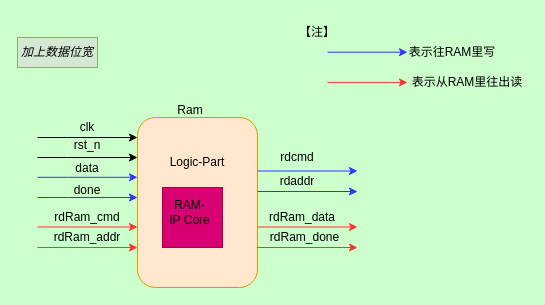
The draw.io diagram ram架构.drawio in skxsvc/FPGA, before the edit. Source tidied: cells renumbered, new cells numbered last; positions are measured from the earlier drawing's top-left corner, leaving out a move shared by most shapes. Both pictures are drawn from the tidied source at 100%, with x=0, y=0 at pixel (17, 17).
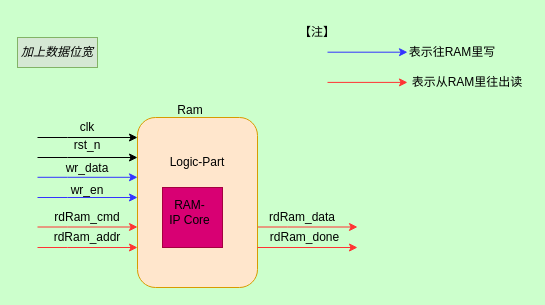
The same page after the edit.

Change to the diagram source:
```diff
@@
-    <mxCell id="9" value="data" style="text;html=1;strokeColor=none;fillColor=none;align=center;verticalAlign=middle;whiteSpace=wrap;rounded=0;" parent="1" vertex="1">
+    <mxCell id="9" value="wr_data" style="text;html=1;strokeColor=none;fillColor=none;align=center;verticalAlign=middle;whiteSpace=wrap;rounded=0;" parent="1" vertex="1">
       <mxGeometry x="40" y="128" width="60" height="45" as="geometry" />
     </mxCell>
-    <mxCell id="10" value="done" style="text;html=1;strokeColor=none;fillColor=none;align=center;verticalAlign=middle;whiteSpace=wrap;rounded=0;" parent="1" vertex="1">
+    <mxCell id="10" value="wr_en" style="text;html=1;strokeColor=none;fillColor=none;align=center;verticalAlign=middle;whiteSpace=wrap;rounded=0;" parent="1" vertex="1">
       <mxGeometry x="40" y="148" width="60" height="50" as="geometry" />
     </mxCell>
-    <mxCell id="11" style="endArrow=classic;html=1;rounded=0;strokeColor=#3333FF;" parent="1" edge="1">
-      <mxGeometry relative="1" as="geometry">
-        <mxPoint x="240" y="153.5" as="sourcePoint" />
-        <mxPoint x="340" y="153.5" as="targetPoint" />
-        <Array as="points">
-          <mxPoint x="270" y="153.5" />
-        </Array>
-      </mxGeometry>
-    </mxCell>
-    <mxCell id="12" value="rdcmd" style="text;html=1;strokeColor=none;fillColor=none;align=center;verticalAlign=middle;whiteSpace=wrap;rounded=0;" parent="1" vertex="1">
-      <mxGeometry x="250" y="110" width="60" height="60" as="geometry" />
-    </mxCell>
-    <mxCell id="13" style="endArrow=classic;html=1;rounded=0;strokeColor=#3333FF;" parent="1" edge="1">
-      <mxGeometry relative="1" as="geometry">
-        <mxPoint x="240" y="174" as="sourcePoint" />
-        <mxPoint x="340" y="174" as="targetPoint" />
-        <Array as="points">
-          <mxPoint x="270" y="174" />
-        </Array>
-      </mxGeometry>
-    </mxCell>
-    <mxCell id="14" value="rdaddr" style="text;html=1;strokeColor=none;fillColor=none;align=center;verticalAlign=middle;whiteSpace=wrap;rounded=0;" parent="1" vertex="1">
-      <mxGeometry x="250" y="130" width="60" height="68" as="geometry" />
-    </mxCell>
```
